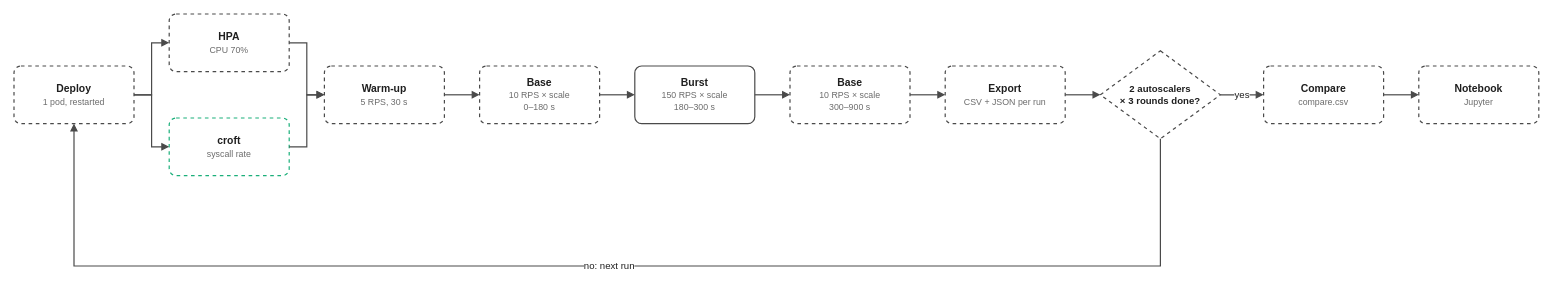
Earlier version of the draw.io diagram labs/research/experiment/assets/burst-flow.drawio (danielcristho/croft). Source tidied: cells renumbered, new cells numbered last; positions are measured from the earlier drawing's top-left corner, leaving out a move shared by most shapes. Both pictures are drawn from the tidied source at 80%, with x=0, y=0 at pixel (14, 14).
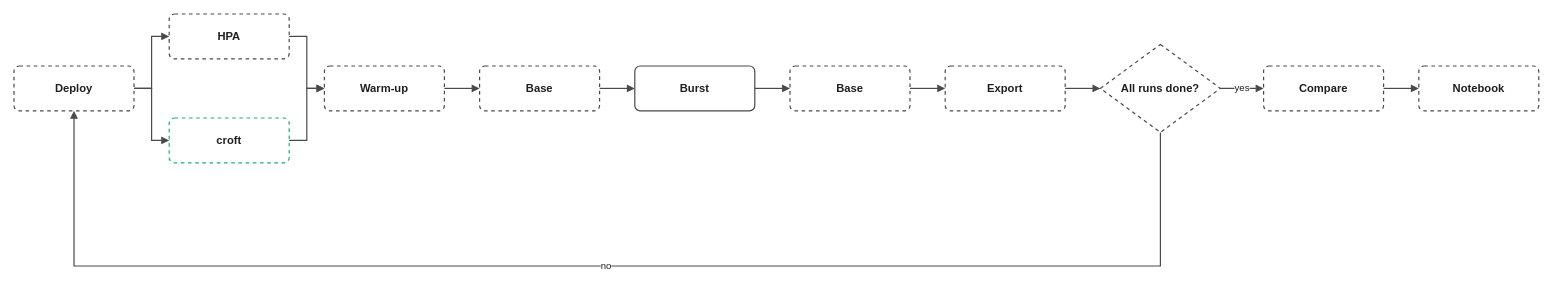
The same page after the edit.

Diff of the diagram source:
```diff
@@
-    <mxCell id="2" value="&lt;b&gt;Deploy&lt;/b&gt;&lt;br&gt;&lt;span style=&quot;font-size:11px;color:#6B6B6B&quot;&gt;1 pod, restarted&lt;/span&gt;" style="rounded=1;arcSize=12;whiteSpace=wrap;html=1;fillColor=#FFFFFF;strokeColor=#4A4A4A;strokeWidth=1.5;dashed=1;fontColor=#1F1F1F;fontSize=13;" parent="1" vertex="1">
-      <mxGeometry y="65" width="150" height="72" as="geometry" />
+    <mxCell id="2" value="&lt;b&gt;Deploy&lt;/b&gt;" style="rounded=1;arcSize=12;whiteSpace=wrap;html=1;fillColor=#FFFFFF;strokeColor=#4A4A4A;strokeWidth=1.5;dashed=1;fontColor=#1F1F1F;fontSize=14;" parent="1" vertex="1">
+      <mxGeometry y="65" width="150" height="56" as="geometry" />
     </mxCell>
-    <mxCell id="3" value="&lt;b&gt;HPA&lt;/b&gt;&lt;br&gt;&lt;span style=&quot;font-size:11px;color:#6B6B6B&quot;&gt;CPU 70%&lt;/span&gt;" style="rounded=1;arcSize=12;whiteSpace=wrap;html=1;fillColor=#FFFFFF;strokeColor=#4A4A4A;strokeWidth=1.5;dashed=1;fontColor=#1F1F1F;fontSize=13;" parent="1" vertex="1">
-      <mxGeometry x="194" width="150" height="72" as="geometry" />
+    <mxCell id="3" value="&lt;b&gt;HPA&lt;/b&gt;" style="rounded=1;arcSize=12;whiteSpace=wrap;html=1;fillColor=#FFFFFF;strokeColor=#4A4A4A;strokeWidth=1.5;dashed=1;fontColor=#1F1F1F;fontSize=14;" parent="1" vertex="1">
+      <mxGeometry x="194" width="150" height="56" as="geometry" />
     </mxCell>
-    <mxCell id="4" value="&lt;b&gt;croft&lt;/b&gt;&lt;br&gt;&lt;span style=&quot;font-size:11px;color:#6B6B6B&quot;&gt;syscall rate&lt;/span&gt;" style="rounded=1;arcSize=12;whiteSpace=wrap;html=1;fillColor=#FFFFFF;strokeColor=#1BAF7A;strokeWidth=1.5;dashed=1;fontColor=#1F1F1F;fontSize=13;" parent="1" vertex="1">
-      <mxGeometry x="194" y="130" width="150" height="72" as="geometry" />
+    <mxCell id="4" value="&lt;b&gt;croft&lt;/b&gt;" style="rounded=1;arcSize=12;whiteSpace=wrap;html=1;fillColor=#FFFFFF;strokeColor=#1BAF7A;strokeWidth=1.5;dashed=1;fontColor=#1F1F1F;fontSize=14;" parent="1" vertex="1">
+      <mxGeometry x="194" y="130" width="150" height="56" as="geometry" />
     </mxCell>
-    <mxCell id="5" value="&lt;b&gt;Warm-up&lt;/b&gt;&lt;br&gt;&lt;span style=&quot;font-size:11px;color:#6B6B6B&quot;&gt;5 RPS, 30 s&lt;/span&gt;" style="rounded=1;arcSize=12;whiteSpace=wrap;html=1;fillColor=#FFFFFF;strokeColor=#4A4A4A;strokeWidth=1.5;dashed=1;fontColor=#1F1F1F;fontSize=13;" parent="1" vertex="1">
-      <mxGeometry x="388" y="65" width="150" height="72" as="geometry" />
+    <mxCell id="5" value="&lt;b&gt;Warm-up&lt;/b&gt;" style="rounded=1;arcSize=12;whiteSpace=wrap;html=1;fillColor=#FFFFFF;strokeColor=#4A4A4A;strokeWidth=1.5;dashed=1;fontColor=#1F1F1F;fontSize=14;" parent="1" vertex="1">
+      <mxGeometry x="388" y="65" width="150" height="56" as="geometry" />
     </mxCell>
-    <mxCell id="6" value="&lt;b&gt;Base&lt;/b&gt;&lt;br&gt;&lt;span style=&quot;font-size:11px;color:#6B6B6B&quot;&gt;10 RPS × scale&lt;br&gt;0–180 s&lt;/span&gt;" style="rounded=1;arcSize=12;whiteSpace=wrap;html=1;fillColor=#FFFFFF;strokeColor=#4A4A4A;strokeWidth=1.5;dashed=1;fontColor=#1F1F1F;fontSize=13;" parent="1" vertex="1">
-      <mxGeometry x="582" y="65" width="150" height="72" as="geometry" />
+    <mxCell id="6" value="&lt;b&gt;Base&lt;/b&gt;" style="rounded=1;arcSize=12;whiteSpace=wrap;html=1;fillColor=#FFFFFF;strokeColor=#4A4A4A;strokeWidth=1.5;dashed=1;fontColor=#1F1F1F;fontSize=14;" parent="1" vertex="1">
+      <mxGeometry x="582" y="65" width="150" height="56" as="geometry" />
     </mxCell>
-    <mxCell id="7" value="&lt;b&gt;Burst&lt;/b&gt;&lt;br&gt;&lt;span style=&quot;font-size:11px;color:#6B6B6B&quot;&gt;150 RPS × scale&lt;br&gt;180–300 s&lt;/span&gt;" style="rounded=1;arcSize=12;whiteSpace=wrap;html=1;fillColor=#FFFFFF;strokeColor=#4A4A4A;strokeWidth=1.5;dashed=0;fontColor=#1F1F1F;fontSize=13;" parent="1" vertex="1">
-      <mxGeometry x="776" y="65" width="150" height="72" as="geometry" />
+    <mxCell id="7" value="&lt;b&gt;Burst&lt;/b&gt;" style="rounded=1;arcSize=12;whiteSpace=wrap;html=1;fillColor=#FFFFFF;strokeColor=#4A4A4A;strokeWidth=1.5;dashed=0;fontColor=#1F1F1F;fontSize=14;" parent="1" vertex="1">
+      <mxGeometry x="776" y="65" width="150" height="56" as="geometry" />
     </mxCell>
-    <mxCell id="8" value="&lt;b&gt;Base&lt;/b&gt;&lt;br&gt;&lt;span style=&quot;font-size:11px;color:#6B6B6B&quot;&gt;10 RPS × scale&lt;br&gt;300–900 s&lt;/span&gt;" style="rounded=1;arcSize=12;whiteSpace=wrap;html=1;fillColor=#FFFFFF;strokeColor=#4A4A4A;strokeWidth=1.5;dashed=1;fontColor=#1F1F1F;fontSize=13;" parent="1" vertex="1">
-      <mxGeometry x="970" y="65" width="150" height="72" as="geometry" />
+    <mxCell id="8" value="&lt;b&gt;Base&lt;/b&gt;" style="rounded=1;arcSize=12;whiteSpace=wrap;html=1;fillColor=#FFFFFF;strokeColor=#4A4A4A;strokeWidth=1.5;dashed=1;fontColor=#1F1F1F;fontSize=14;" parent="1" vertex="1">
+      <mxGeometry x="970" y="65" width="150" height="56" as="geometry" />
     </mxCell>
-    <mxCell id="9" value="&lt;b&gt;Export&lt;/b&gt;&lt;br&gt;&lt;span style=&quot;font-size:11px;color:#6B6B6B&quot;&gt;CSV + JSON per run&lt;/span&gt;" style="rounded=1;arcSize=12;whiteSpace=wrap;html=1;fillColor=#FFFFFF;strokeColor=#4A4A4A;strokeWidth=1.5;dashed=1;fontColor=#1F1F1F;fontSize=13;" parent="1" vertex="1">
-      <mxGeometry x="1164" y="65" width="150" height="72" as="geometry" />
+    <mxCell id="9" value="&lt;b&gt;Export&lt;/b&gt;" style="rounded=1;arcSize=12;whiteSpace=wrap;html=1;fillColor=#FFFFFF;strokeColor=#4A4A4A;strokeWidth=1.5;dashed=1;fontColor=#1F1F1F;fontSize=14;" parent="1" vertex="1">
+      <mxGeometry x="1164" y="65" width="150" height="56" as="geometry" />
     </mxCell>
-    <mxCell id="10" value="2 autoscalers&lt;br&gt;× 3 rounds done?" style="rhombus;whiteSpace=wrap;html=1;fillColor=#FFFFFF;strokeColor=#4A4A4A;strokeWidth=1.5;dashed=1;fontColor=#1F1F1F;fontSize=12;fontStyle=1;" parent="1" vertex="1">
-      <mxGeometry x="1358" y="46" width="150" height="110" as="geometry" />
+    <mxCell id="10" value="All runs done?" style="rhombus;whiteSpace=wrap;html=1;fillColor=#FFFFFF;strokeColor=#4A4A4A;strokeWidth=1.5;dashed=1;fontColor=#1F1F1F;fontSize=14;fontStyle=1;" parent="1" vertex="1">
+      <mxGeometry x="1358" y="38" width="150" height="110" as="geometry" />
     </mxCell>
-    <mxCell id="11" value="&lt;b&gt;Compare&lt;/b&gt;&lt;br&gt;&lt;span style=&quot;font-size:11px;color:#6B6B6B&quot;&gt;compare.csv&lt;/span&gt;" style="rounded=1;arcSize=12;whiteSpace=wrap;html=1;fillColor=#FFFFFF;strokeColor=#4A4A4A;strokeWidth=1.5;dashed=1;fontColor=#1F1F1F;fontSize=13;" parent="1" vertex="1">
-      <mxGeometry x="1562" y="65" width="150" height="72" as="geometry" />
+    <mxCell id="11" value="&lt;b&gt;Compare&lt;/b&gt;" style="rounded=1;arcSize=12;whiteSpace=wrap;html=1;fillColor=#FFFFFF;strokeColor=#4A4A4A;strokeWidth=1.5;dashed=1;fontColor=#1F1F1F;fontSize=14;" parent="1" vertex="1">
+      <mxGeometry x="1562" y="65" width="150" height="56" as="geometry" />
     </mxCell>
-    <mxCell id="12" value="&lt;b&gt;Notebook&lt;/b&gt;&lt;br&gt;&lt;span style=&quot;font-size:11px;color:#6B6B6B&quot;&gt;Jupyter&lt;/span&gt;" style="rounded=1;arcSize=12;whiteSpace=wrap;html=1;fillColor=#FFFFFF;strokeColor=#4A4A4A;strokeWidth=1.5;dashed=1;fontColor=#1F1F1F;fontSize=13;" parent="1" vertex="1">
-      <mxGeometry x="1756" y="65" width="150" height="72" as="geometry" />
+    <mxCell id="12" value="&lt;b&gt;Notebook&lt;/b&gt;" style="rounded=1;arcSize=12;whiteSpace=wrap;html=1;fillColor=#FFFFFF;strokeColor=#4A4A4A;strokeWidth=1.5;dashed=1;fontColor=#1F1F1F;fontSize=14;" parent="1" vertex="1">
+      <mxGeometry x="1756" y="65" width="150" height="56" as="geometry" />
     </mxCell>
@@
-    <mxCell id="24" value="no: next run" style="edgeStyle=orthogonalEdgeStyle;rounded=0;html=1;strokeColor=#4A4A4A;strokeWidth=1.5;endArrow=block;endFill=1;fontColor=#1F1F1F;fontSize=12;labelBackgroundColor=#FFFFFF;exitX=0.5;exitY=1;exitDx=0;exitDy=0;entryX=0.5;entryY=1;entryDx=0;entryDy=0;" parent="1" edge="1" source="10" target="2">
+    <mxCell id="24" value="no" style="edgeStyle=orthogonalEdgeStyle;rounded=0;html=1;strokeColor=#4A4A4A;strokeWidth=1.5;endArrow=block;endFill=1;fontColor=#1F1F1F;fontSize=12;labelBackgroundColor=#FFFFFF;exitX=0.5;exitY=1;exitDx=0;exitDy=0;entryX=0.5;entryY=1;entryDx=0;entryDy=0;" parent="1" edge="1" source="10" target="2">
       <mxGeometry relative="1" as="geometry">
         <Array as="points">
           <mxPoint x="1433" y="315" />
           <mxPoint x="75" y="315" />
         </Array>
       </mxGeometry>
     </mxCell>
```
